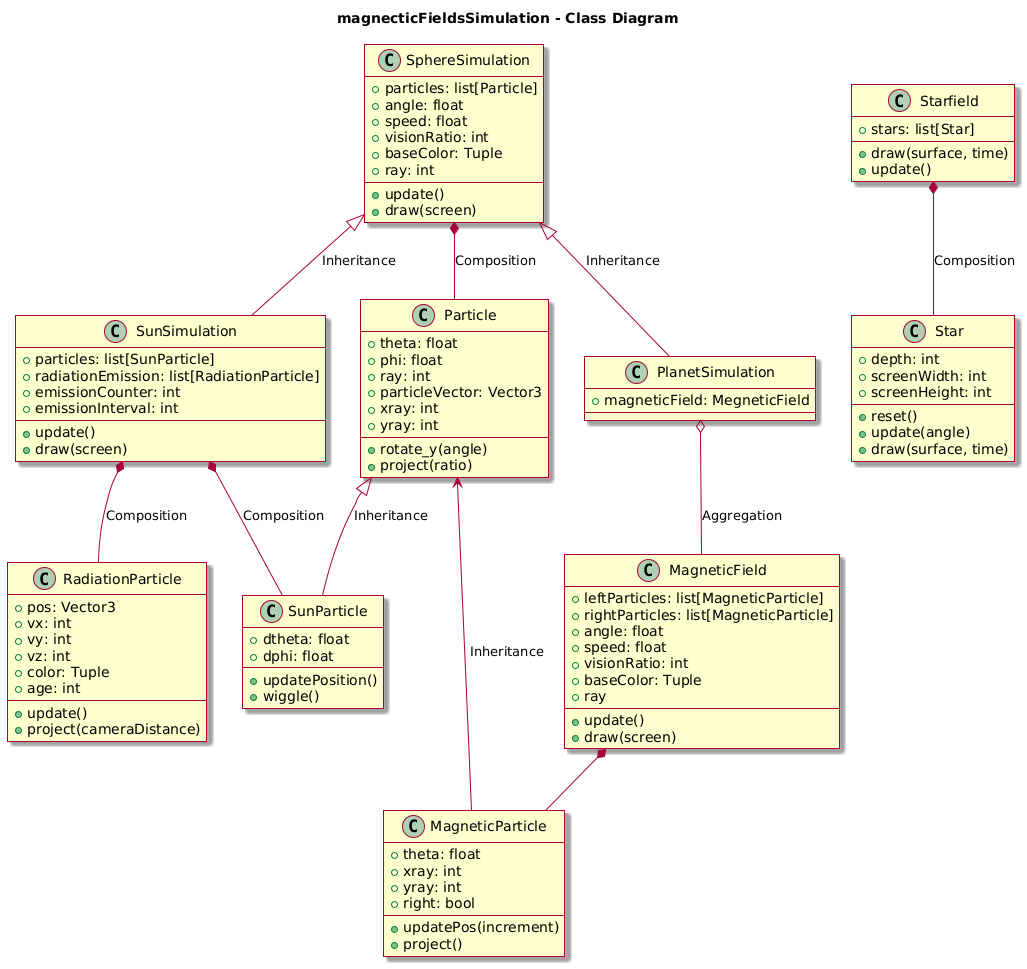
Earlier version of the PlantUML export docs/entities.png (cauafelipe1/magneticFieldsSimulation).
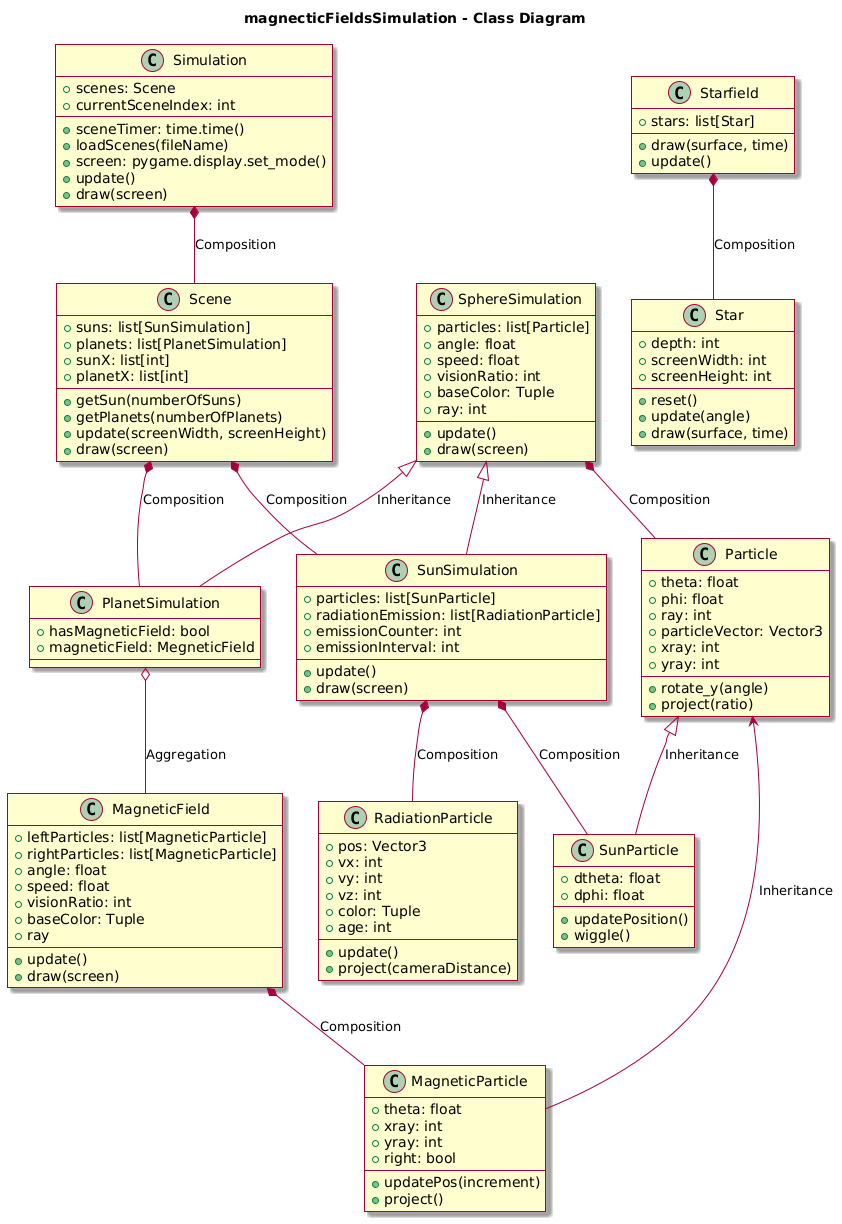
Later version of the same file.

Commit message:
simulation loading scenes via .txt file, docs updated, test with 3 scenes going on main file

What changed in the source:
```diff
@@ -67,6 +67,7 @@
 }
 
 class PlanetSimulation{
+  +hasMagneticField: bool
   +magneticField: MegneticField
 
 }
@@ -92,8 +93,33 @@
   +project()
 }
 
+class Simulation {
+  +scenes: Scene
+  +currentSceneIndex: int
+  +sceneTimer: time.time()
+  +loadScenes(fileName)
+  +screen: pygame.display.set_mode()
+  +update()
+  +draw(screen)
+}
+
+class Scene {
+  +suns: list[SunSimulation]
+  +planets: list[PlanetSimulation]
+  +sunX: list[int]
+  +planetX: list[int]
+  +getSun(numberOfSuns)
+  +getPlanets(numberOfPlanets)
+  +update(screenWidth, screenHeight)
+  +draw(screen)
+}
+
+
+Scene *-down- SunSimulation: Composition
+Scene *-down- PlanetSimulation: Composition
+Simulation *-down- Scene: Composition
 Particle <-down- MagneticParticle: Inheritance
-MagneticField *-down- MagneticParticle
+MagneticField *-down- MagneticParticle: Composition
 PlanetSimulation o-down- MagneticField: Aggregation
 SphereSimulation <|-down- PlanetSimulation: Inheritance
 Starfield *-down- Star: Composition
```
